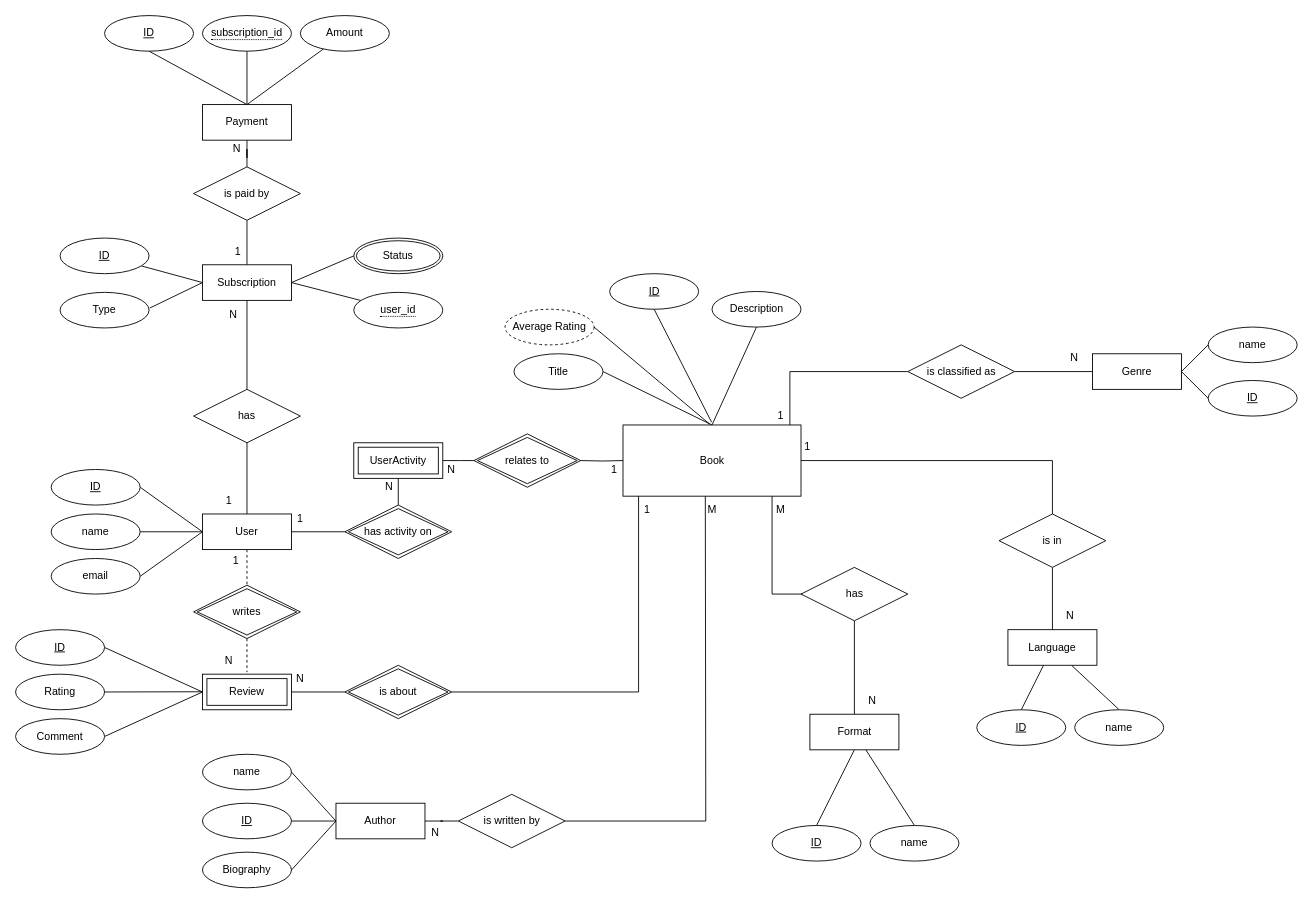
Earlier version of the draw.io diagram course-work/Implementations/drawio/ChenDiagram.drawio (IvayloRadev46/software-modeling-and-analysis-se). Source tidied: cells renumbered, new cells numbered last; positions are measured from the earlier drawing's top-left corner, leaving out a move shared by most shapes. Both pictures are drawn from the tidied source at 89%, with x=0, y=0 at pixel (15, 15).
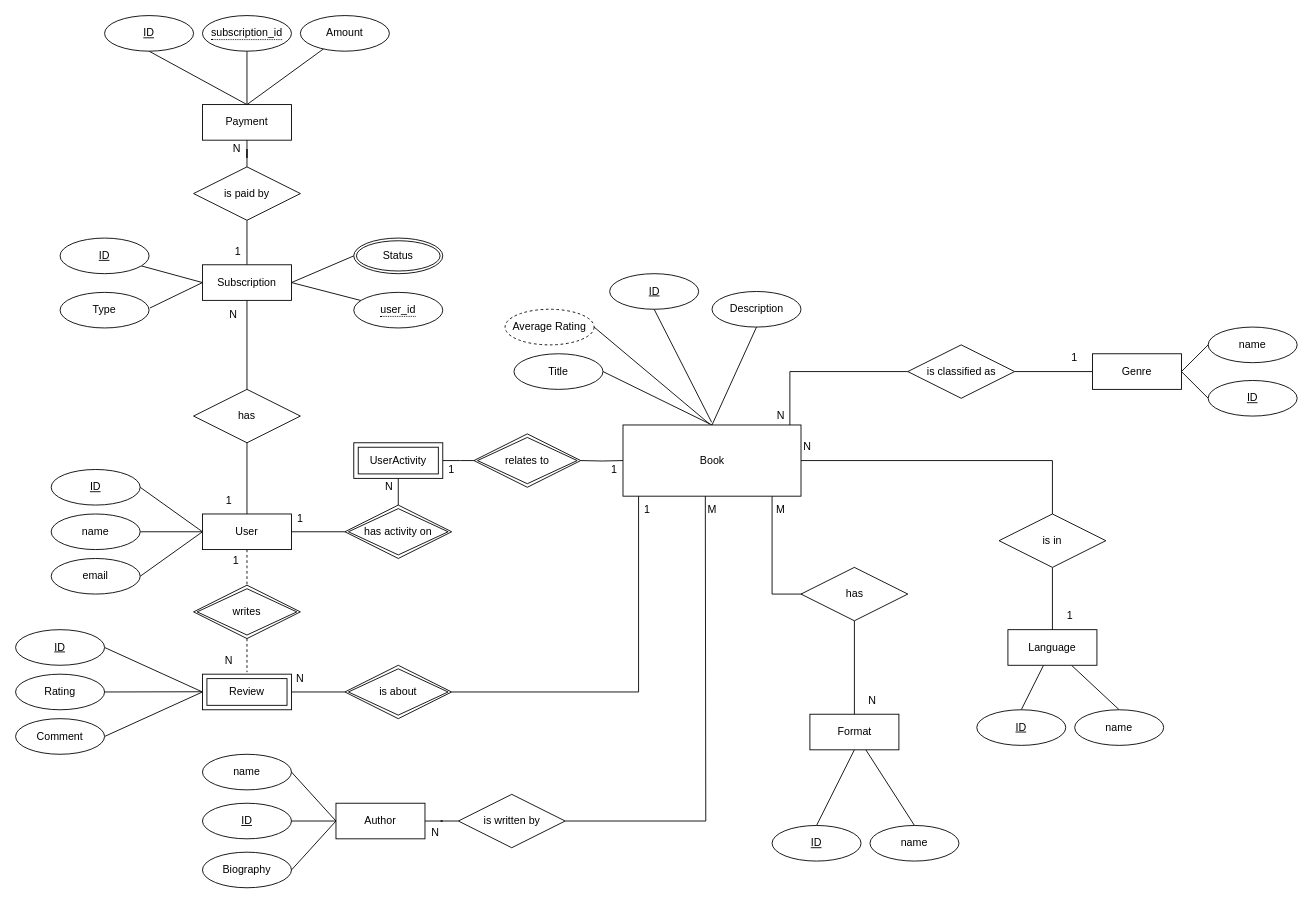
The same page after the edit.

What changed in the source:
```diff
@@
-    <mxCell id="105" value="N" style="text;html=1;whiteSpace=wrap;strokeColor=none;fillColor=none;align=center;verticalAlign=middle;rounded=0;" parent="1" vertex="1">
+    <mxCell id="105" value="1" style="text;html=1;whiteSpace=wrap;strokeColor=none;fillColor=none;align=center;verticalAlign=middle;rounded=0;" parent="1" vertex="1">
       <mxGeometry x="460" y="496" width="60" height="30" as="geometry" />
     </mxCell>
@@
-    <mxCell id="111" value="1" style="text;html=1;whiteSpace=wrap;strokeColor=none;fillColor=none;align=center;verticalAlign=middle;rounded=0;" parent="1" vertex="1">
+    <mxCell id="111" value="N" style="text;html=1;whiteSpace=wrap;strokeColor=none;fillColor=none;align=center;verticalAlign=middle;rounded=0;" parent="1" vertex="1">
       <mxGeometry x="860" y="470" width="60" height="30" as="geometry" />
     </mxCell>
-    <mxCell id="112" value="N" style="text;html=1;whiteSpace=wrap;strokeColor=none;fillColor=none;align=center;verticalAlign=middle;rounded=0;" parent="1" vertex="1">
+    <mxCell id="112" value="1" style="text;html=1;whiteSpace=wrap;strokeColor=none;fillColor=none;align=center;verticalAlign=middle;rounded=0;" parent="1" vertex="1">
       <mxGeometry x="1155" y="660" width="60" height="30" as="geometry" />
     </mxCell>
-    <mxCell id="113" value="1" style="text;html=1;whiteSpace=wrap;strokeColor=none;fillColor=none;align=center;verticalAlign=middle;rounded=0;" parent="1" vertex="1">
+    <mxCell id="113" value="N" style="text;html=1;whiteSpace=wrap;strokeColor=none;fillColor=none;align=center;verticalAlign=middle;rounded=0;" parent="1" vertex="1">
       <mxGeometry x="830" y="435" width="60" height="30" as="geometry" />
     </mxCell>
-    <mxCell id="114" value="N" style="text;html=1;whiteSpace=wrap;strokeColor=none;fillColor=none;align=center;verticalAlign=middle;rounded=0;" parent="1" vertex="1">
+    <mxCell id="114" value="1" style="text;html=1;whiteSpace=wrap;strokeColor=none;fillColor=none;align=center;verticalAlign=middle;rounded=0;" parent="1" vertex="1">
       <mxGeometry x="1160" y="370" width="60" height="30" as="geometry" />
     </mxCell>
```
